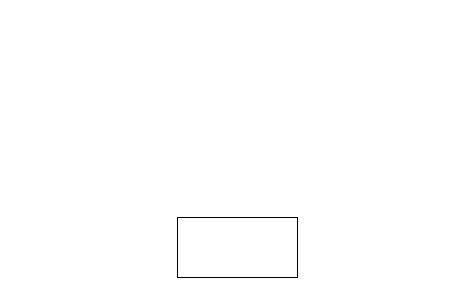
The draw.io diagram 未命名绘图.drawio in pdd-show/diagrams, before the edit. Source tidied: cells renumbered, new cells numbered last; positions are measured from the earlier drawing's top-left corner, leaving out a move shared by most shapes. Both pictures are drawn from the tidied source at 100%, with x=0, y=0 at pixel (177, 217).
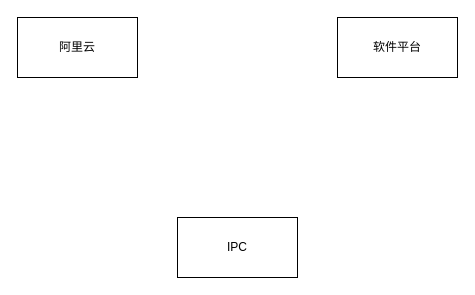
The same page after the edit.

What changed in the source:
```diff
@@
 <mxGraphModel>
   <root>
     <mxCell id="0" />
     <mxCell id="1" parent="0" />
-    <mxCell id="2" style="rounded=0;whiteSpace=wrap;html=1;" parent="1" vertex="1">
+    <mxCell id="2" value="IPC" style="rounded=0;whiteSpace=wrap;html=1;" parent="1" vertex="1">
       <mxGeometry width="120" height="60" as="geometry" />
     </mxCell>
+    <mxCell id="3" value="阿里云&lt;br&gt;" style="rounded=0;whiteSpace=wrap;html=1;" parent="1" vertex="1">
+      <mxGeometry x="-160" y="-200" width="120" height="60" as="geometry" />
+    </mxCell>
+    <mxCell id="4" value="软件平台&lt;br&gt;" style="rounded=0;whiteSpace=wrap;html=1;" parent="1" vertex="1">
+      <mxGeometry x="160" y="-200" width="120" height="60" as="geometry" />
+    </mxCell>
   </root>
 </mxGraphModel>
```
